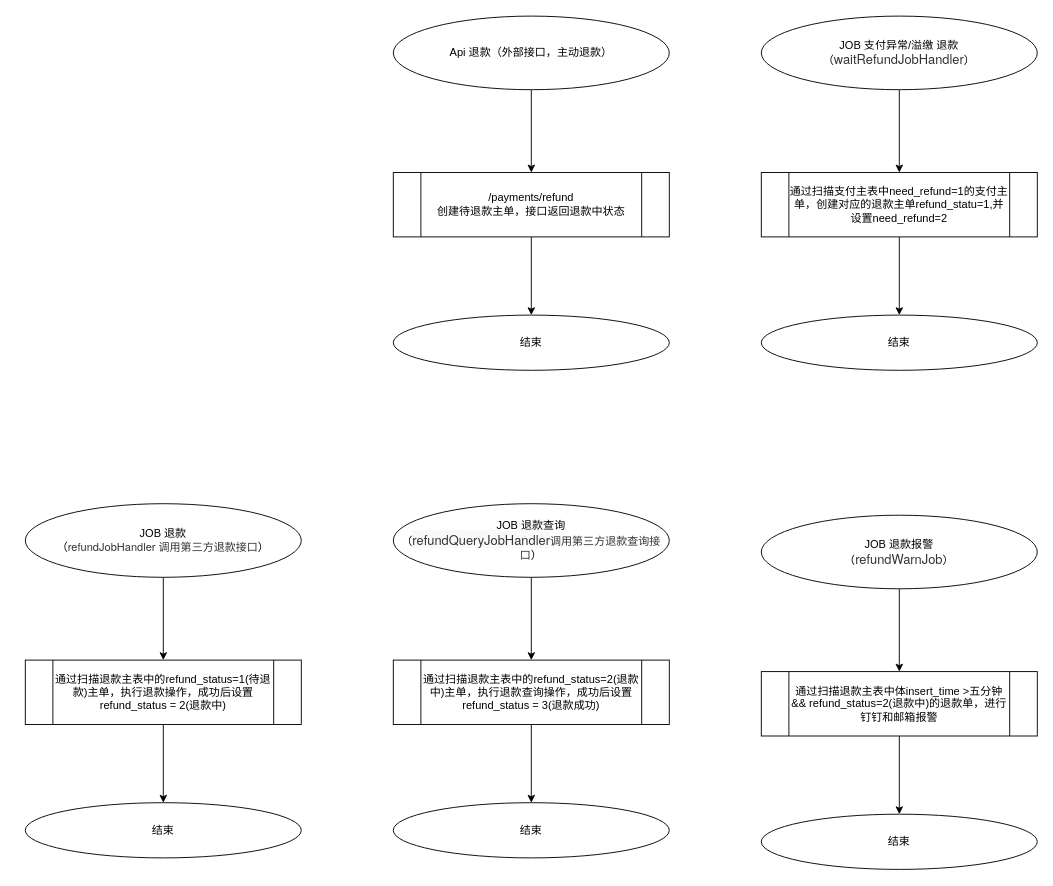
Earlier version of the draw.io diagram Untitled Diagram.drawio (lgaBug/JAVASE-GUIDE). Source tidied: cells renumbered, new cells numbered last; positions are measured from the earlier drawing's top-left corner, leaving out a move shared by most shapes. Both pictures are drawn from the tidied source at 92%, with x=0, y=0 at pixel (25, 16).
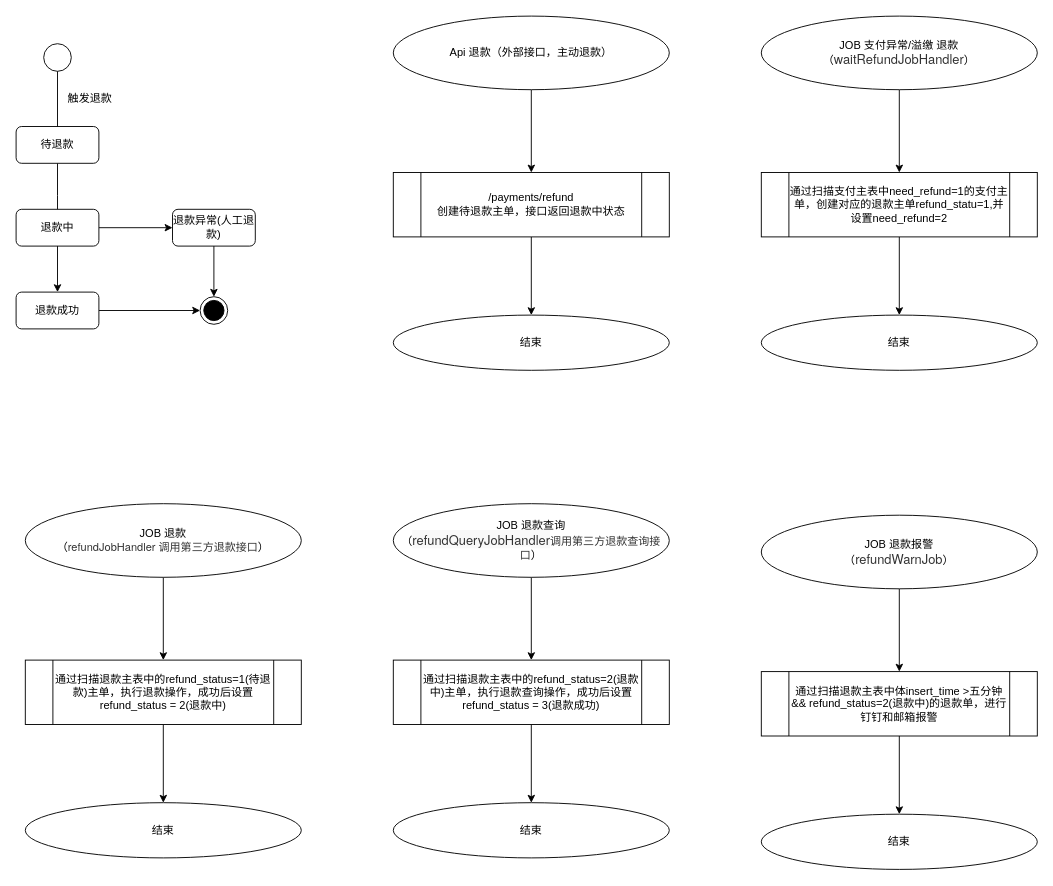
After the change.

Commit message:
第三方退款状态机

What changed in the source:
```diff
@@
+    <mxCell id="27" style="ellipse;html=1;" parent="1" vertex="1">
+      <mxGeometry x="20" y="30" width="30" height="30" as="geometry" />
+    </mxCell>
+    <mxCell id="28" style="endArrow=open;html=1;rounded=0;align=center;verticalAlign=top;endFill=0;labelBackgroundColor=none;endSize=6;" parent="1" edge="1" source="27">
+      <mxGeometry relative="1" as="geometry">
+        <mxPoint x="35" y="140" as="targetPoint" />
+      </mxGeometry>
+    </mxCell>
+    <mxCell id="29" value="触发退款" style="text;html=1;align=center;verticalAlign=middle;strokeColor=none;" parent="1" vertex="1">
+      <mxGeometry x="40" y="80" width="60" height="20" as="geometry" />
+    </mxCell>
+    <mxCell id="30" style="edgeStyle=orthogonalEdgeStyle;rounded=0;jettySize=auto;html=1;" parent="1" edge="1" source="31">
+      <mxGeometry relative="1" as="geometry">
+        <mxPoint x="35" y="230" as="targetPoint" />
+      </mxGeometry>
+    </mxCell>
+    <mxCell id="31" value="待退款" style="rounded=1;whiteSpace=wrap;html=1;" parent="1" vertex="1">
+      <mxGeometry x="-10" y="120" width="90" height="40" as="geometry" />
+    </mxCell>
+    <mxCell id="32" style="edgeStyle=orthogonalEdgeStyle;rounded=0;jettySize=auto;html=1;" parent="1" edge="1" source="34" target="36">
+      <mxGeometry relative="1" as="geometry" />
+    </mxCell>
+    <mxCell id="33" style="edgeStyle=orthogonalEdgeStyle;rounded=0;jettySize=auto;html=1;" parent="1" edge="1" source="34" target="38">
+      <mxGeometry relative="1" as="geometry" />
+    </mxCell>
+    <mxCell id="34" value="退款中" style="rounded=1;whiteSpace=wrap;html=1;" parent="1" vertex="1">
+      <mxGeometry x="-10" y="210" width="90" height="40" as="geometry" />
+    </mxCell>
+    <mxCell id="35" style="edgeStyle=orthogonalEdgeStyle;rounded=0;jettySize=auto;html=1;" parent="1" edge="1" source="36" target="39">
+      <mxGeometry relative="1" as="geometry" />
+    </mxCell>
+    <mxCell id="36" value="退款成功" style="rounded=1;whiteSpace=wrap;html=1;" parent="1" vertex="1">
+      <mxGeometry x="-10" y="300" width="90" height="40" as="geometry" />
+    </mxCell>
+    <mxCell id="37" style="edgeStyle=orthogonalEdgeStyle;rounded=0;jettySize=auto;html=1;" parent="1" edge="1" source="38" target="39">
+      <mxGeometry relative="1" as="geometry" />
+    </mxCell>
+    <mxCell id="38" value="退款异常(人工退款)" style="rounded=1;whiteSpace=wrap;html=1;" parent="1" vertex="1">
+      <mxGeometry x="160" y="210" width="90" height="40" as="geometry" />
+    </mxCell>
+    <mxCell id="39" style="ellipse;html=1;shape=endState;fillColor=#000000;strokeColor=#000000;" parent="1" vertex="1">
+      <mxGeometry x="190" y="305" width="30" height="30" as="geometry" />
+    </mxCell>
```
